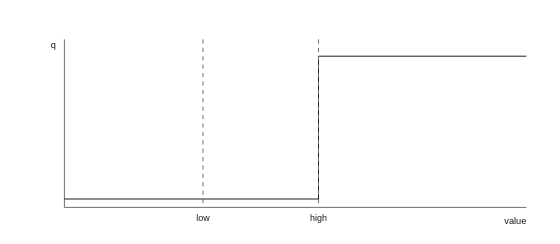
Before: images/logic/block_Hysteresis.drawio.svg, a diagram exported from draw.io (pstch/botanik2). Source tidied: cells renumbered, new cells last; positions are measured from the earlier drawing's top-left corner, leaving out a move shared by most shapes.
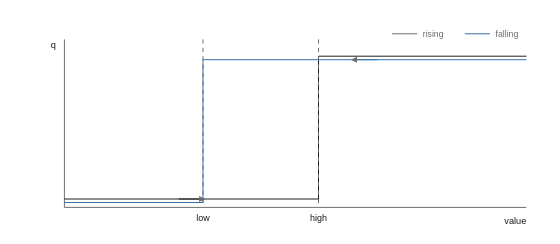
The same file after the commit.

Change to the diagram source:
```diff
@@ -27,21 +27,61 @@
         </Array>
       </mxGeometry>
     </mxCell>
-    <mxCell id="6" style="edgeStyle=none;html=1;strokeColor=#6b6b6b;endArrow=none;dashed=1;" parent="1" edge="1">
+    <mxCell id="6" style="edgeStyle=none;html=1;strokeColor=#1a1a1a;endArrow=block;" parent="1" edge="1">
       <mxGeometry relative="1" as="geometry">
-        <mxPoint x="105" y="1" as="sourcePoint" />
-        <mxPoint x="105" y="121" as="targetPoint" />
+        <mxPoint x="87.8" y="115" as="sourcePoint" />
+        <mxPoint x="105.8" y="115" as="targetPoint" />
       </mxGeometry>
     </mxCell>
+    <mxCell id="10" style="edgeStyle=none;html=1;strokeColor=#2f6fae;endArrow=none;" parent="1" edge="1">
+      <mxGeometry relative="1" as="geometry">
+        <mxPoint x="336" y="15.5" as="sourcePoint" />
+        <mxPoint x="6" y="117.5" as="targetPoint" />
+        <Array as="points">
+          <mxPoint x="105" y="15.5" />
+          <mxPoint x="105" y="117.5" />
+        </Array>
+      </mxGeometry>
+    </mxCell>
+    <mxCell id="8" style="edgeStyle=none;html=1;strokeColor=#2f6fae;endArrow=block;" parent="1" edge="1">
+      <mxGeometry relative="1" as="geometry">
+        <mxPoint x="229.5" y="15.5" as="sourcePoint" />
+        <mxPoint x="211.5" y="15.5" as="targetPoint" />
+      </mxGeometry>
+    </mxCell>
+    <mxCell id="11" style="edgeStyle=none;html=1;strokeColor=#6b6b6b;endArrow=none;" parent="1" edge="1">
+      <mxGeometry relative="1" as="geometry">
+        <mxPoint x="240" y="-3" as="sourcePoint" />
+        <mxPoint x="258" y="-3" as="targetPoint" />
+      </mxGeometry>
+    </mxCell>
+    <mxCell id="12" value="rising" style="text;html=1;fontSize=6;fontColor=#6b6b6b;align=left;" parent="1" vertex="1">
+      <mxGeometry x="262" y="-7.2" width="40" height="10.2" as="geometry" />
+    </mxCell>
+    <mxCell id="13" style="edgeStyle=none;html=1;strokeColor=#2f6fae;endArrow=none;" parent="1" edge="1">
+      <mxGeometry relative="1" as="geometry">
+        <mxPoint x="292" y="-3" as="sourcePoint" />
+        <mxPoint x="310" y="-3" as="targetPoint" />
+      </mxGeometry>
+    </mxCell>
+    <mxCell id="14" value="falling" style="text;html=1;fontSize=6;fontColor=#6b6b6b;align=left;" parent="1" vertex="1">
+      <mxGeometry x="314" y="-7.2" width="40" height="10.2" as="geometry" />
+    </mxCell>
+    <mxCell id="15" style="edgeStyle=none;html=1;strokeColor=#6b6b6b;endArrow=none;dashed=1;" parent="1" edge="1">
+      <mxGeometry relative="1" as="geometry">
+        <mxPoint x="105" y="1" as="sourcePoint" />
+        <mxPoint x="105" y="121" as="targetPoint" />
+      </mxGeometry>
+    </mxCell>
     <mxCell id="7" value="low" style="text;html=1;fontSize=6;fontColor=#1a1a1a;align=center;" parent="1" vertex="1">
       <mxGeometry x="105" y="124.6" width="40" height="10.4" as="geometry" />
     </mxCell>
-    <mxCell id="8" style="edgeStyle=none;html=1;strokeColor=#6b6b6b;endArrow=none;dashed=1;" parent="1" edge="1">
-      <mxGeometry relative="1" as="geometry">
-        <mxPoint x="187.5" y="1" as="sourcePoint" />
-        <mxPoint x="187.5" y="121" as="targetPoint" />
-      </mxGeometry>
-    </mxCell>
+    <mxCell id="16" style="edgeStyle=none;html=1;strokeColor=#6b6b6b;endArrow=none;dashed=1;" parent="1" edge="1">
+      <mxGeometry relative="1" as="geometry">
+        <mxPoint x="187.5" y="1" as="sourcePoint" />
+        <mxPoint x="187.5" y="121" as="targetPoint" />
+      </mxGeometry>
+    </mxCell>
     <mxCell id="9" value="high" style="text;html=1;fontSize=6;fontColor=#1a1a1a;align=center;" parent="1" vertex="1">
       <mxGeometry x="187.5" y="124.6" width="40" height="10.4" as="geometry" />
     </mxCell>
```
